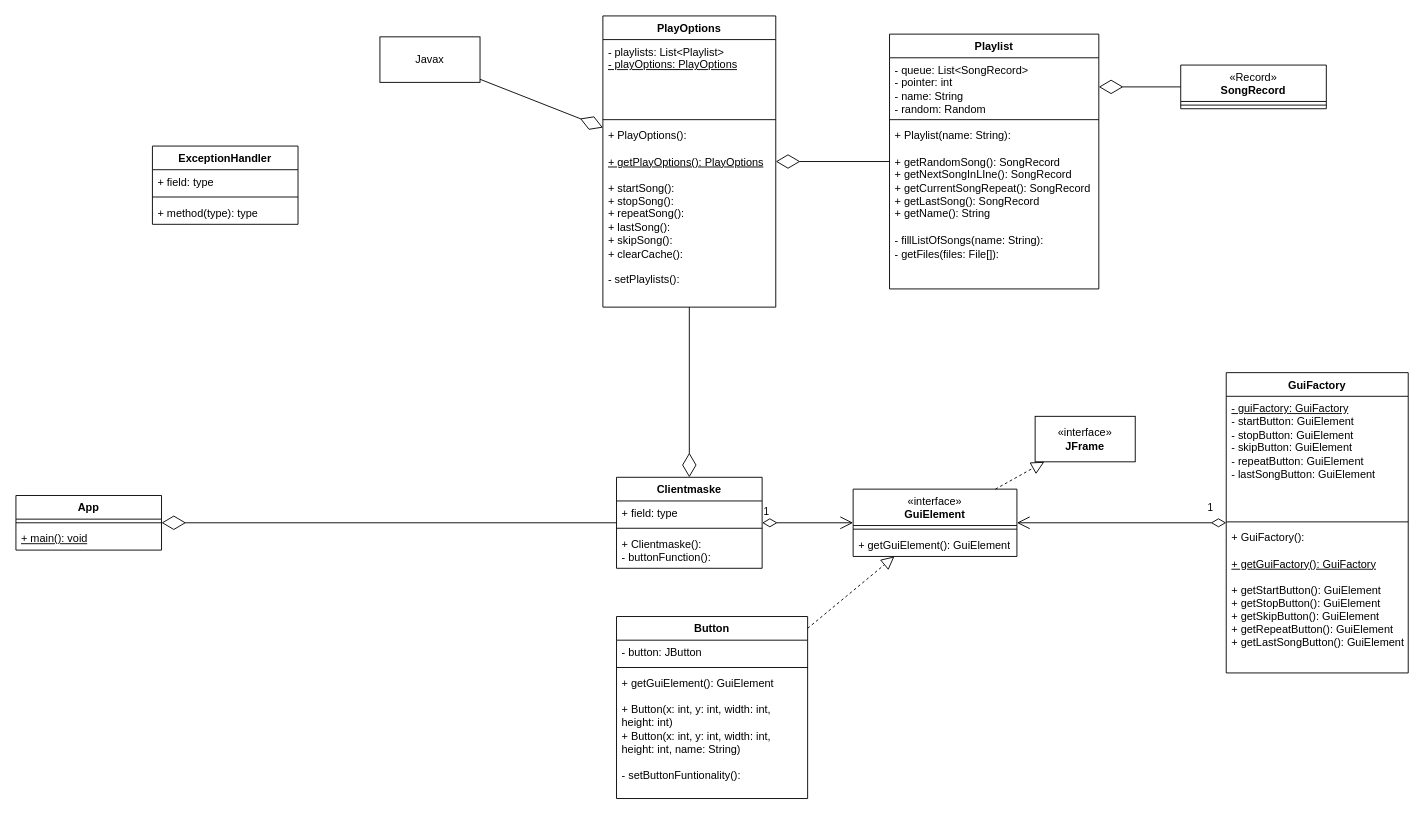
The draw.io diagram Musicplayer.drawio in MvnSwr/Musicplayer, before the edit. Source tidied: cells renumbered, new cells numbered last; positions are measured from the earlier drawing's top-left corner, leaving out a move shared by most shapes. Both pictures are drawn from the tidied source at 91%, with x=0, y=0 at pixel (15, 15).
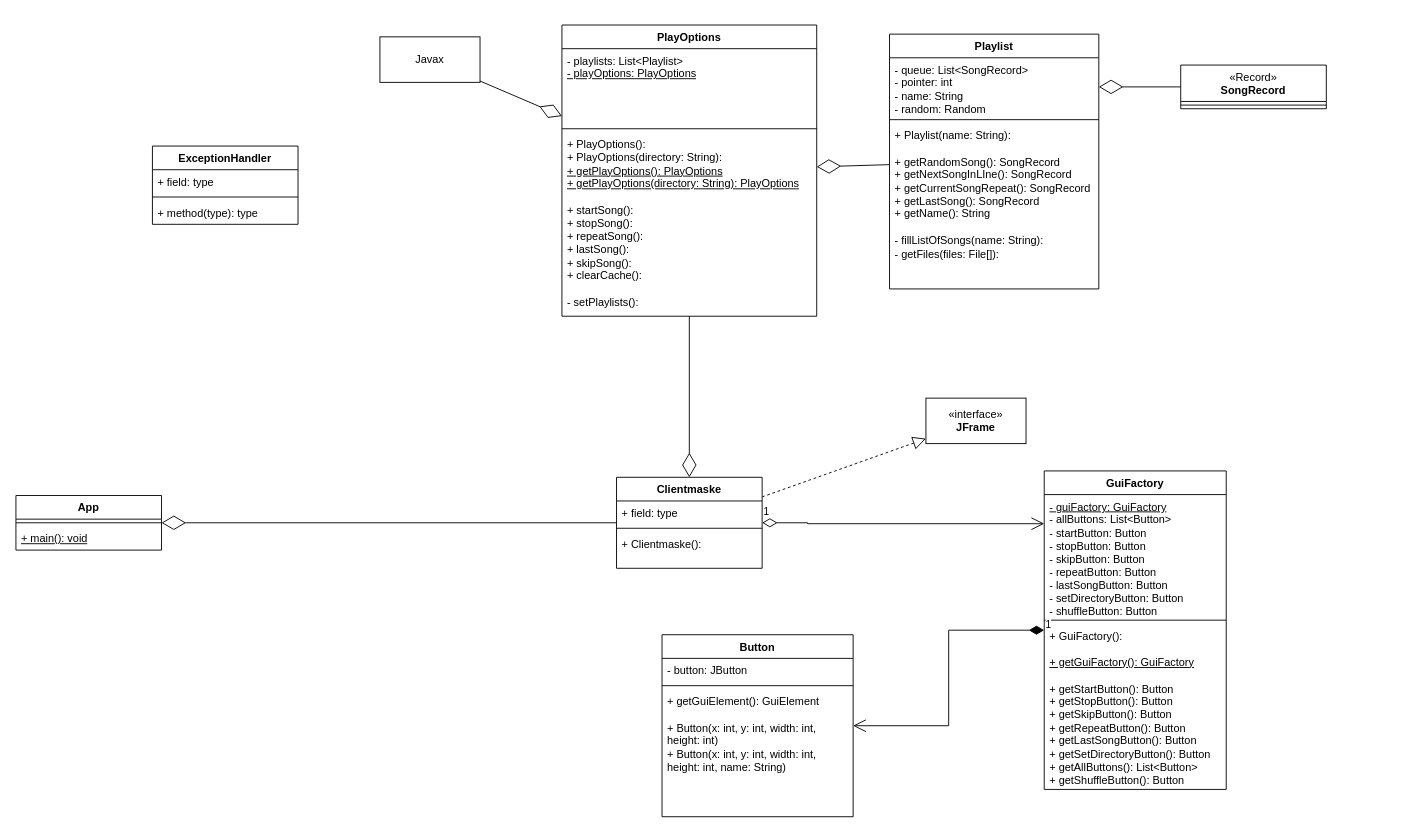
Above is the later version.

Unchanged cells that the change refers to:
```xml
<mxCell id="14" value="Clientmaske" style="swimlane;fontStyle=1;align=center;verticalAlign=top;horizontal=1;startSize=26;whiteSpace=wrap;html=1;" parent="1" vertex="1">
  <mxGeometry x="660" y="507" width="160" height="100" as="geometry" />
</mxCell>
```

Diff of the diagram source:
```diff
@@
-    <mxCell id="4" value="&lt;div&gt;&lt;span style=&quot;font-weight: 400;&quot;&gt;«interface»&lt;/span&gt;&lt;br&gt;&lt;/div&gt;GuiElement" style="swimlane;fontStyle=1;align=center;verticalAlign=top;horizontal=1;startSize=40;whiteSpace=wrap;html=1;" parent="1" vertex="1">
-      <mxGeometry x="920" y="520" width="180" height="74" as="geometry" />
-    </mxCell>
-    <mxCell id="5" style="line;strokeWidth=1;fillColor=none;align=left;verticalAlign=middle;spacingTop=-1;spacingLeft=3;spacingRight=3;labelPosition=right;strokeColor=inherit;" parent="4" vertex="1">
-      <mxGeometry y="40" width="180" height="8" as="geometry" />
-    </mxCell>
-    <mxCell id="6" value="+ getGuiElement(): GuiElement" style="text;strokeColor=none;fillColor=none;align=left;verticalAlign=top;spacingLeft=4;spacingRight=4;overflow=hidden;whiteSpace=wrap;html=1;" parent="4" vertex="1">
-      <mxGeometry y="48" width="180" height="26" as="geometry" />
-    </mxCell>
     <mxCell id="7" value="«interface»&lt;br&gt;&lt;b&gt;JFrame&lt;/b&gt;" style="html=1;whiteSpace=wrap;" parent="1" vertex="1">
-      <mxGeometry x="1120" y="440" width="110" height="50" as="geometry" />
+      <mxGeometry x="1000" y="420" width="110" height="50" as="geometry" />
     </mxCell>
-    <mxCell id="8" style="endArrow=block;dashed=1;endFill=0;endSize=12;html=1;rounded=0;" parent="1" edge="1" source="4" target="7">
+    <mxCell id="8" style="endArrow=block;dashed=1;endFill=0;endSize=12;html=1;rounded=0;" parent="1" edge="1" source="14" target="7">
       <mxGeometry relative="1" as="geometry" />
     </mxCell>
     <mxCell id="9" value="Button" style="swimlane;fontStyle=1;align=center;verticalAlign=top;horizontal=1;startSize=26;whiteSpace=wrap;html=1;" parent="1" vertex="1">
-      <mxGeometry x="660" y="660" width="210" height="200" as="geometry" />
+      <mxGeometry x="710" y="680" width="210" height="200" as="geometry" />
     </mxCell>
@@
-    <mxCell id="12" value="+ getGuiElement(): GuiElement&lt;div&gt;&lt;br&gt;&lt;/div&gt;&lt;div&gt;+ Button(x: int, y: int, width: int,&amp;nbsp; &amp;nbsp; &amp;nbsp; height: int)&lt;/div&gt;&lt;div&gt;+ Button(x: int, y: int, width: int, height: int, name: String)&lt;br&gt;&lt;/div&gt;&lt;div&gt;&lt;br&gt;&lt;/div&gt;&lt;div&gt;- setButtonFuntionality():&lt;/div&gt;" style="text;strokeColor=none;fillColor=none;align=left;verticalAlign=top;spacingLeft=4;spacingRight=4;overflow=hidden;whiteSpace=wrap;html=1;" parent="9" vertex="1">
+    <mxCell id="12" value="+ getGuiElement(): GuiElement&lt;div&gt;&lt;br&gt;&lt;/div&gt;&lt;div&gt;+ Button(x: int, y: int, width: int,&amp;nbsp; &amp;nbsp; &amp;nbsp; height: int)&lt;/div&gt;&lt;div&gt;+ Button(x: int, y: int, width: int, height: int, name: String)&lt;/div&gt;" style="text;strokeColor=none;fillColor=none;align=left;verticalAlign=top;spacingLeft=4;spacingRight=4;overflow=hidden;whiteSpace=wrap;html=1;" parent="9" vertex="1">
       <mxGeometry y="60" width="210" height="140" as="geometry" />
     </mxCell>
-    <mxCell id="13" style="endArrow=block;dashed=1;endFill=0;endSize=12;html=1;rounded=0;" parent="1" edge="1" source="9" target="4">
-      <mxGeometry relative="1" as="geometry" />
-    </mxCell>
@@
-    <mxCell id="17" value="+ Clientmaske():&lt;div&gt;- buttonFunction():&lt;/div&gt;" style="text;strokeColor=none;fillColor=none;align=left;verticalAlign=top;spacingLeft=4;spacingRight=4;overflow=hidden;whiteSpace=wrap;html=1;" parent="14" vertex="1">
+    <mxCell id="17" value="+ Clientmaske():" style="text;strokeColor=none;fillColor=none;align=left;verticalAlign=top;spacingLeft=4;spacingRight=4;overflow=hidden;whiteSpace=wrap;html=1;" parent="14" vertex="1">
       <mxGeometry y="60" width="160" height="40" as="geometry" />
     </mxCell>
-    <mxCell id="18" value="1" style="endArrow=open;html=1;endSize=12;startArrow=diamondThin;startSize=14;startFill=0;edgeStyle=orthogonalEdgeStyle;align=left;verticalAlign=bottom;rounded=0;" parent="1" edge="1" source="14" target="4">
-      <mxGeometry x="-1" y="3" relative="1" as="geometry" />
+    <mxCell id="18" value="1" style="endArrow=open;html=1;endSize=12;startArrow=diamondThin;startSize=14;startFill=0;edgeStyle=orthogonalEdgeStyle;align=left;verticalAlign=bottom;rounded=0;" parent="1" edge="1" source="14" target="19">
+      <mxGeometry x="-1" y="3" relative="1" as="geometry">
+        <Array as="points">
+          <mxPoint x="870" y="557" />
+          <mxPoint x="870" y="558" />
+        </Array>
+      </mxGeometry>
     </mxCell>
     <mxCell id="19" value="GuiFactory" style="swimlane;fontStyle=1;align=center;verticalAlign=top;horizontal=1;startSize=26;whiteSpace=wrap;html=1;" parent="1" vertex="1">
-      <mxGeometry x="1330" y="392" width="200" height="330" as="geometry" />
+      <mxGeometry x="1130" y="500" width="200" height="350" as="geometry" />
     </mxCell>
-    <mxCell id="20" value="&lt;div&gt;&lt;u&gt;- guiFactory: GuiFactory&lt;/u&gt;&lt;/div&gt;- startButton: GuiElement&lt;div&gt;- stopButton: GuiElement&lt;/div&gt;&lt;div&gt;- skipButton: GuiElement&lt;/div&gt;&lt;div&gt;- repeatButton: GuiElement&lt;/div&gt;&lt;div&gt;- lastSongButton: GuiElement&lt;/div&gt;" style="text;strokeColor=none;fillColor=none;align=left;verticalAlign=top;spacingLeft=4;spacingRight=4;overflow=hidden;whiteSpace=wrap;html=1;" parent="19" vertex="1">
+    <mxCell id="20" value="&lt;div&gt;&lt;u&gt;- guiFactory: GuiFactory&lt;/u&gt;&lt;/div&gt;&lt;div&gt;- allButtons: List&amp;lt;Button&amp;gt;&lt;/div&gt;- startButton: Button&lt;div&gt;- stopButton:&amp;nbsp;&lt;span style=&quot;background-color: initial;&quot;&gt;Button&lt;/span&gt;&lt;/div&gt;&lt;div&gt;- skipButton:&amp;nbsp;&lt;span style=&quot;background-color: initial;&quot;&gt;Button&lt;/span&gt;&lt;/div&gt;&lt;div&gt;- repeatButton:&amp;nbsp;&lt;span style=&quot;background-color: initial;&quot;&gt;Button&lt;/span&gt;&lt;/div&gt;&lt;div&gt;- lastSongButton:&amp;nbsp;&lt;span style=&quot;background-color: initial;&quot;&gt;Button&lt;/span&gt;&lt;/div&gt;&lt;div&gt;- setDirectoryButton: Button&lt;/div&gt;&lt;div&gt;- shuffleButton: Button&lt;/div&gt;" style="text;strokeColor=none;fillColor=none;align=left;verticalAlign=top;spacingLeft=4;spacingRight=4;overflow=hidden;whiteSpace=wrap;html=1;" parent="19" vertex="1">
       <mxGeometry y="26" width="200" height="134" as="geometry" />
     </mxCell>
@@
-    <mxCell id="22" value="+ GuiFactory():&lt;div&gt;&lt;u&gt;&lt;br&gt;&lt;/u&gt;&lt;/div&gt;&lt;div&gt;&lt;u&gt;+ getGuiFactory(): GuiFactory&lt;/u&gt;&lt;/div&gt;&lt;div&gt;&lt;br&gt;&lt;/div&gt;&lt;div&gt;+ getStartButton(): GuiElement&lt;div&gt;+ getStopButton(): GuiElement&lt;/div&gt;&lt;div&gt;+ getSkipButton(): GuiElement&lt;/div&gt;&lt;div&gt;+ getRepeatButton(): GuiElement&lt;/div&gt;&lt;div&gt;+ getLastSongButton(): GuiElement&lt;/div&gt;&lt;/div&gt;" style="text;strokeColor=none;fillColor=none;align=left;verticalAlign=top;spacingLeft=4;spacingRight=4;overflow=hidden;whiteSpace=wrap;html=1;" parent="19" vertex="1">
-      <mxGeometry y="168" width="200" height="162" as="geometry" />
+    <mxCell id="22" value="+ GuiFactory():&lt;div&gt;&lt;u&gt;&lt;br&gt;&lt;/u&gt;&lt;/div&gt;&lt;div&gt;&lt;u&gt;+ getGuiFactory(): GuiFactory&lt;/u&gt;&lt;/div&gt;&lt;div&gt;&lt;br&gt;&lt;/div&gt;&lt;div&gt;+ getStartButton(): Button&lt;div&gt;+ getStopButton():&amp;nbsp;&lt;span style=&quot;background-color: initial;&quot;&gt;Button&lt;/span&gt;&lt;/div&gt;&lt;div&gt;+ getSkipButton():&amp;nbsp;&lt;span style=&quot;background-color: initial;&quot;&gt;Button&lt;/span&gt;&lt;/div&gt;&lt;div&gt;+ getRepeatButton():&amp;nbsp;&lt;span style=&quot;background-color: initial;&quot;&gt;Button&lt;/span&gt;&lt;/div&gt;&lt;div&gt;+ getLastSongButton():&amp;nbsp;&lt;span style=&quot;background-color: initial;&quot;&gt;Button&lt;/span&gt;&lt;/div&gt;&lt;/div&gt;&lt;div&gt;&lt;span style=&quot;background-color: initial;&quot;&gt;+ getSetDirectoryButton(): Button&lt;/span&gt;&lt;/div&gt;&lt;div&gt;&lt;span style=&quot;background-color: initial;&quot;&gt;+ getAllButtons(): List&amp;lt;Button&amp;gt;&lt;/span&gt;&lt;/div&gt;&lt;div&gt;&lt;span style=&quot;background-color: initial;&quot;&gt;+ getShuffleButton(): Button&lt;/span&gt;&lt;/div&gt;" style="text;strokeColor=none;fillColor=none;align=left;verticalAlign=top;spacingLeft=4;spacingRight=4;overflow=hidden;whiteSpace=wrap;html=1;" parent="19" vertex="1">
+      <mxGeometry y="168" width="200" height="182" as="geometry" />
     </mxCell>
-    <mxCell id="23" value="1" style="endArrow=open;html=1;endSize=12;startArrow=diamondThin;startSize=14;startFill=0;align=left;verticalAlign=bottom;rounded=0;" parent="1" edge="1" source="19" target="4">
-      <mxGeometry x="-0.81" y="-7" relative="1" as="geometry" />
-    </mxCell>
@@
     <mxCell id="33" value="PlayOptions" style="swimlane;fontStyle=1;align=center;verticalAlign=top;horizontal=1;startSize=26;whiteSpace=wrap;html=1;" parent="1" vertex="1">
-      <mxGeometry x="645" width="190" height="320" as="geometry" />
+      <mxGeometry x="600" y="10" width="280" height="320" as="geometry" />
     </mxCell>
     <mxCell id="34" value="- playlists: List&amp;lt;Playlist&amp;gt;&lt;div&gt;&lt;u&gt;- playOptions: PlayOptions&lt;/u&gt;&lt;/div&gt;" style="text;strokeColor=none;fillColor=none;align=left;verticalAlign=top;spacingLeft=4;spacingRight=4;overflow=hidden;whiteSpace=wrap;html=1;" parent="33" vertex="1">
-      <mxGeometry y="26" width="190" height="84" as="geometry" />
+      <mxGeometry y="26" width="280" height="84" as="geometry" />
     </mxCell>
     <mxCell id="35" style="line;strokeWidth=1;fillColor=none;align=left;verticalAlign=middle;spacingTop=-1;spacingLeft=3;spacingRight=3;labelPosition=right;strokeColor=inherit;" parent="33" vertex="1">
-      <mxGeometry y="110" width="190" height="8" as="geometry" />
+      <mxGeometry y="110" width="280" height="8" as="geometry" />
     </mxCell>
-    <mxCell id="36" value="&lt;div&gt;+ PlayOptions():&lt;/div&gt;&lt;div&gt;&lt;br&gt;&lt;/div&gt;&lt;div&gt;&lt;u&gt;+ getPlayOptions(): PlayOptions&lt;/u&gt;&lt;/div&gt;&lt;div&gt;&lt;br&gt;&lt;/div&gt;+ startSong():&amp;nbsp;&lt;div&gt;+ stopSong():&amp;nbsp;&lt;/div&gt;&lt;div&gt;+ repeatSong():&lt;/div&gt;&lt;div&gt;+ lastSong():&lt;/div&gt;&lt;div&gt;+ skipSong():&lt;/div&gt;&lt;div&gt;+ clearCache():&lt;/div&gt;&lt;div&gt;&lt;br&gt;&lt;/div&gt;&lt;div&gt;- setPlaylists():&lt;/div&gt;" style="text;strokeColor=none;fillColor=none;align=left;verticalAlign=top;spacingLeft=4;spacingRight=4;overflow=hidden;whiteSpace=wrap;html=1;" parent="33" vertex="1">
-      <mxGeometry y="118" width="190" height="202" as="geometry" />
+    <mxCell id="36" value="&lt;div&gt;+ PlayOptions():&lt;/div&gt;&lt;div&gt;+ PlayOptions(directory: String):&lt;/div&gt;&lt;div&gt;&lt;u&gt;+ getPlayOptions(): PlayOptions&lt;/u&gt;&lt;/div&gt;&lt;div&gt;&lt;u&gt;+ getPlayOptions(directory: String): PlayOptions&lt;/u&gt;&lt;u&gt;&lt;br&gt;&lt;/u&gt;&lt;/div&gt;&lt;div&gt;&lt;br&gt;&lt;/div&gt;+ startSong():&amp;nbsp;&lt;div&gt;+ stopSong():&amp;nbsp;&lt;/div&gt;&lt;div&gt;+ repeatSong():&lt;/div&gt;&lt;div&gt;+ lastSong():&lt;/div&gt;&lt;div&gt;+ skipSong():&lt;/div&gt;&lt;div&gt;+ clearCache():&lt;/div&gt;&lt;div&gt;&lt;br&gt;&lt;/div&gt;&lt;div&gt;- setPlaylists():&lt;/div&gt;" style="text;strokeColor=none;fillColor=none;align=left;verticalAlign=top;spacingLeft=4;spacingRight=4;overflow=hidden;whiteSpace=wrap;html=1;" parent="33" vertex="1">
+      <mxGeometry y="118" width="280" height="202" as="geometry" />
     </mxCell>
@@
+    <mxCell id="23" value="1" style="endArrow=open;html=1;endSize=12;startArrow=diamondThin;startSize=14;startFill=1;edgeStyle=orthogonalEdgeStyle;align=left;verticalAlign=bottom;rounded=0;" parent="1" edge="1" source="19" target="9">
+      <mxGeometry x="-1" y="3" relative="1" as="geometry" />
+    </mxCell>
```
